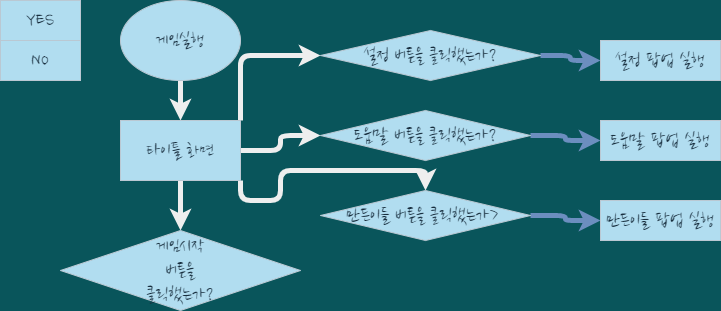
Above: gameplay_flowchat.drawio.png in kinesis19/stac_project_SME (draw.io), before the change. Source tidied: cells renumbered, new cells last; positions are measured from the earlier drawing's top-left corner, leaving out a move shared by most shapes.
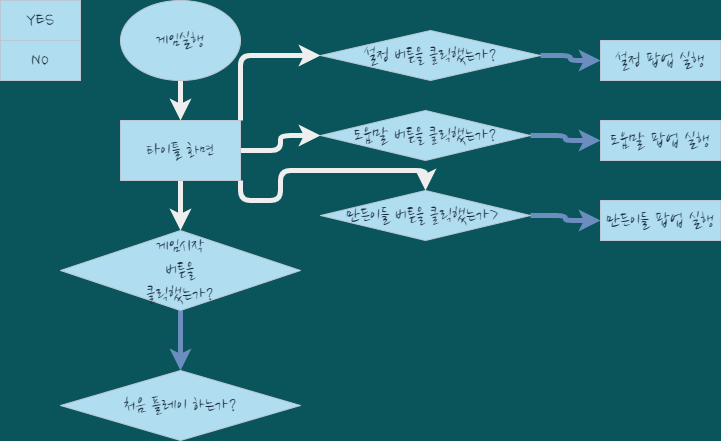
The same diagram one commit later.

Diff of the diagram source:
```diff
@@ -29,6 +29,9 @@
     <mxCell id="10" value="타이틀 화면" style="rounded=0;whiteSpace=wrap;html=1;sketch=0;fontFamily=Nanum Brush Script;fontSource=https%3A%2F%2Ffonts.googleapis.com%2Fcss%3Ffamily%3DNanum%2BBrush%2BScript;fontSize=20;fillColor=#B1DDF0;strokeColor=#BAC8D3;fontColor=#182E3E;" parent="1" vertex="1">
       <mxGeometry x="120" y="120" width="120" height="60" as="geometry" />
     </mxCell>
+    <mxCell id="21" style="edgeStyle=orthogonalEdgeStyle;curved=0;rounded=1;sketch=0;jettySize=auto;html=1;entryX=0.5;entryY=0;entryDx=0;entryDy=0;fontColor=#FFFFFF;strokeColor=#6c8ebf;strokeWidth=5;fillColor=#dae8fc;gradientColor=#7ea6e0;" parent="1" edge="1" source="11" target="22">
+      <mxGeometry relative="1" as="geometry" />
+    </mxCell>
     <mxCell id="11" value="게임시작&lt;br&gt;버튼을&lt;br&gt;클릭했는가?" style="rhombus;whiteSpace=wrap;html=1;rounded=0;sketch=0;fontFamily=Nanum Brush Script;fontSource=https%3A%2F%2Ffonts.googleapis.com%2Fcss%3Ffamily%3DNanum%2BBrush%2BScript;fontSize=20;fillColor=#B1DDF0;strokeColor=#BAC8D3;fontColor=#182E3E;" parent="1" vertex="1">
       <mxGeometry x="60" y="230" width="240" height="80" as="geometry" />
     </mxCell>
@@ -59,5 +62,8 @@
     <mxCell id="20" value="만든이들 팝업 실행" style="rounded=0;whiteSpace=wrap;html=1;sketch=0;fontFamily=Nanum Brush Script;fontSource=https%3A%2F%2Ffonts.googleapis.com%2Fcss%3Ffamily%3DNanum%2BBrush%2BScript;fontSize=20;fillColor=#B1DDF0;strokeColor=#BAC8D3;fontColor=#182E3E;" parent="1" vertex="1">
       <mxGeometry x="600" y="200" width="120" height="40" as="geometry" />
     </mxCell>
+    <mxCell id="22" value="처음 플레이 하는가?" style="rhombus;whiteSpace=wrap;html=1;rounded=0;sketch=0;fontFamily=Nanum Brush Script;fontSource=https%3A%2F%2Ffonts.googleapis.com%2Fcss%3Ffamily%3DNanum%2BBrush%2BScript;fontSize=20;fillColor=#B1DDF0;strokeColor=#BAC8D3;fontColor=#182E3E;" parent="1" vertex="1">
+      <mxGeometry x="60" y="370" width="240" height="70" as="geometry" />
+    </mxCell>
   </root>
 </mxGraphModel>
```
